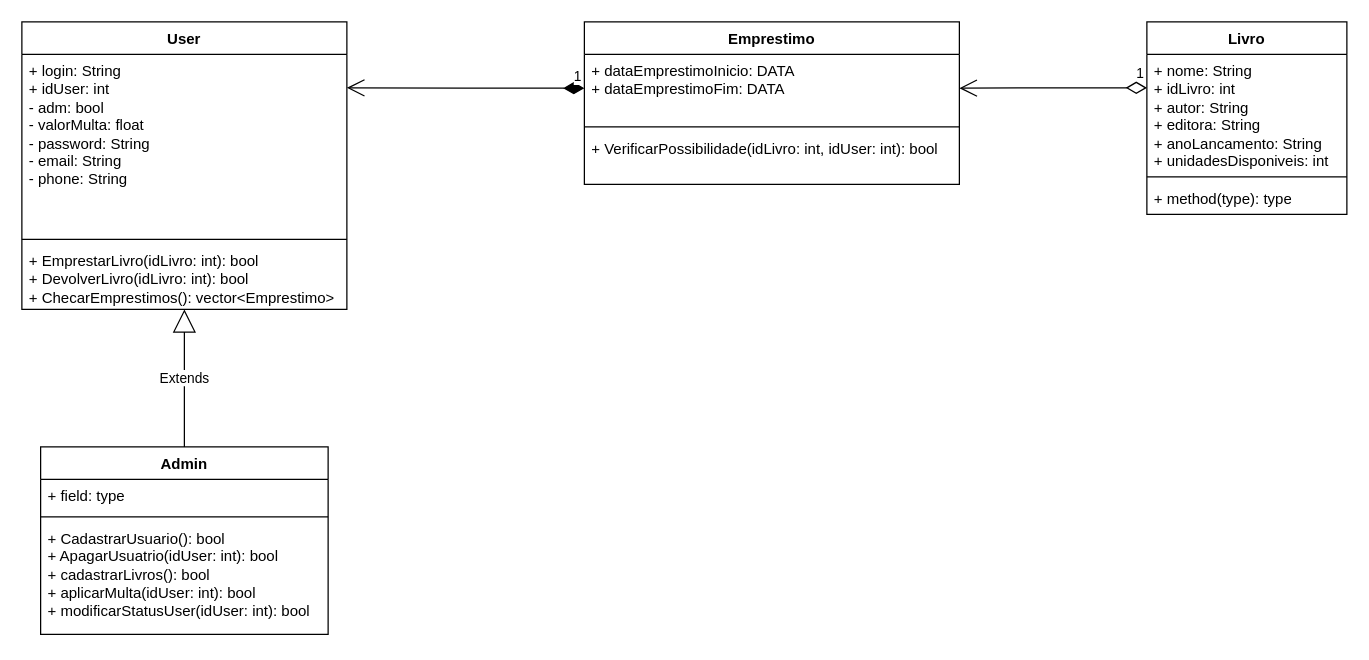
Above: Aula_02/Exercicios/ex005.drawio in Gabi-r7/Programacao_1_Cpp (draw.io), before the change. Source tidied: cells renumbered, new cells numbered last; positions are measured from the earlier drawing's top-left corner, leaving out a move shared by most shapes. Both pictures are drawn from the tidied source at 125%, with x=0, y=0 at pixel (21, 21).
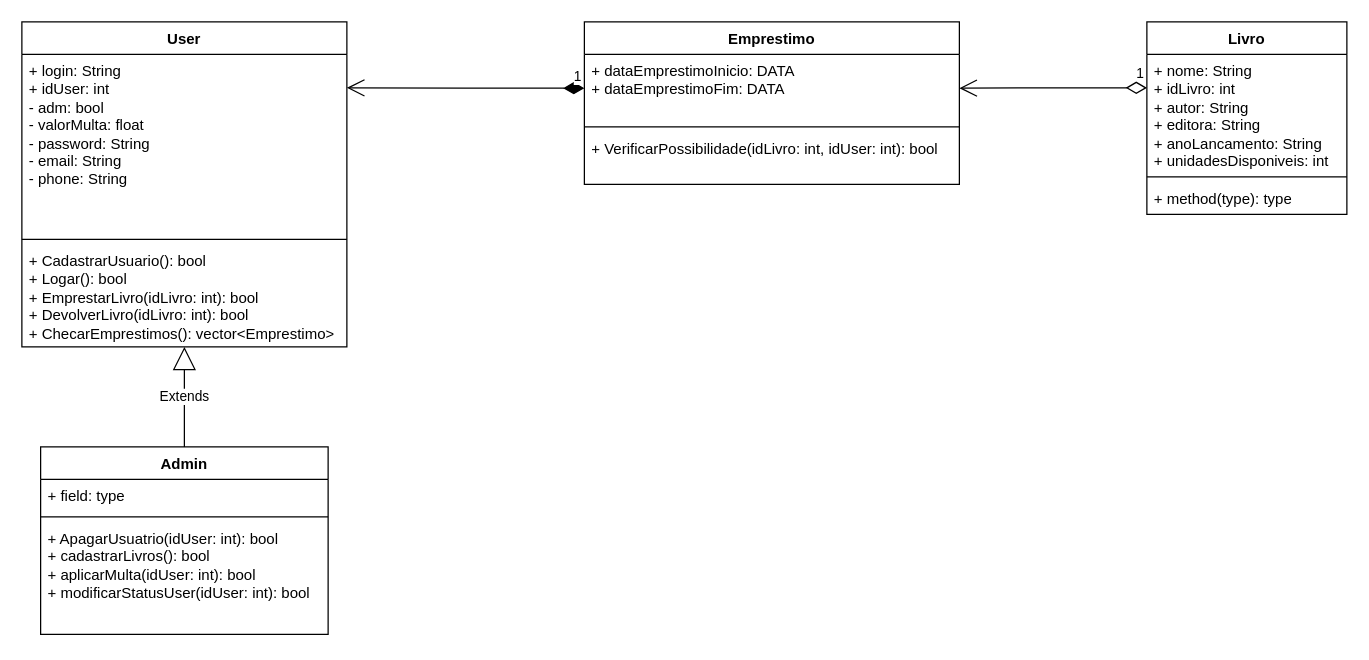
The same diagram, later.

Unchanged cells that the change refers to:
```xml
<mxCell id="10" value="Admin" style="swimlane;fontStyle=1;align=center;verticalAlign=top;horizontal=1;startSize=26;whiteSpace=wrap;html=1;" parent="1" vertex="1">
  <mxGeometry x="15" y="340" width="230" height="150" as="geometry" />
</mxCell>
```

The edit, as a diff of the source:
```diff
@@
     <mxCell id="2" value="User" style="swimlane;fontStyle=1;align=center;verticalAlign=top;horizontal=1;startSize=26;whiteSpace=wrap;html=1;" parent="1" vertex="1">
-      <mxGeometry width="260" height="230" as="geometry" />
+      <mxGeometry width="260" height="260" as="geometry" />
     </mxCell>
@@
-    <mxCell id="5" value="+ EmprestarLivro(idLivro: int): bool&lt;div&gt;+ DevolverLivro(idLivro: int): bool&lt;/div&gt;&lt;div&gt;+ ChecarEmprestimos(): vector&amp;lt;Emprestimo&amp;gt;&lt;/div&gt;" style="text;strokeColor=none;fillColor=none;align=left;verticalAlign=top;spacingLeft=4;spacingRight=4;overflow=hidden;whiteSpace=wrap;html=1;" parent="2" vertex="1">
-      <mxGeometry y="178" width="260" height="52" as="geometry" />
+    <mxCell id="5" value="&lt;div&gt;+ CadastrarUsuario(): bool&lt;br&gt;&lt;/div&gt;&lt;div&gt;+ Logar(): bool&lt;/div&gt;+ EmprestarLivro(idLivro: int): bool&lt;div&gt;+ DevolverLivro(idLivro: int): bool&lt;/div&gt;&lt;div&gt;+ ChecarEmprestimos(): vector&amp;lt;Emprestimo&amp;gt;&lt;/div&gt;" style="text;strokeColor=none;fillColor=none;align=left;verticalAlign=top;spacingLeft=4;spacingRight=4;overflow=hidden;whiteSpace=wrap;html=1;" parent="2" vertex="1">
+      <mxGeometry y="178" width="260" height="82" as="geometry" />
     </mxCell>
@@
-    <mxCell id="13" value="+ CadastrarUsuario(): bool&lt;div&gt;+ ApagarUsuatrio(idUser: int): bool&lt;/div&gt;&lt;div&gt;+ cadastrarLivros(): bool&lt;/div&gt;&lt;div&gt;+ aplicarMulta(idUser: int): bool&lt;/div&gt;&lt;div&gt;+ modificarStatusUser(idUser: int): bool&lt;/div&gt;" style="text;strokeColor=none;fillColor=none;align=left;verticalAlign=top;spacingLeft=4;spacingRight=4;overflow=hidden;whiteSpace=wrap;html=1;" parent="10" vertex="1">
+    <mxCell id="13" value="&lt;div&gt;+ ApagarUsuatrio(idUser: int): bool&lt;/div&gt;&lt;div&gt;+ cadastrarLivros(): bool&lt;/div&gt;&lt;div&gt;+ aplicarMulta(idUser: int): bool&lt;/div&gt;&lt;div&gt;+ modificarStatusUser(idUser: int): bool&lt;/div&gt;" style="text;strokeColor=none;fillColor=none;align=left;verticalAlign=top;spacingLeft=4;spacingRight=4;overflow=hidden;whiteSpace=wrap;html=1;" parent="10" vertex="1">
       <mxGeometry y="60" width="230" height="90" as="geometry" />
     </mxCell>
@@
     <mxCell id="18" value="Extends" style="endArrow=block;endSize=16;endFill=0;html=1;rounded=0;exitX=0.5;exitY=0;exitDx=0;exitDy=0;" parent="1" edge="1" source="10">
       <mxGeometry relative="1" as="geometry">
-        <mxPoint x="130" y="230" as="targetPoint" />
+        <mxPoint x="130" y="260" as="targetPoint" />
       </mxGeometry>
     </mxCell>
```
